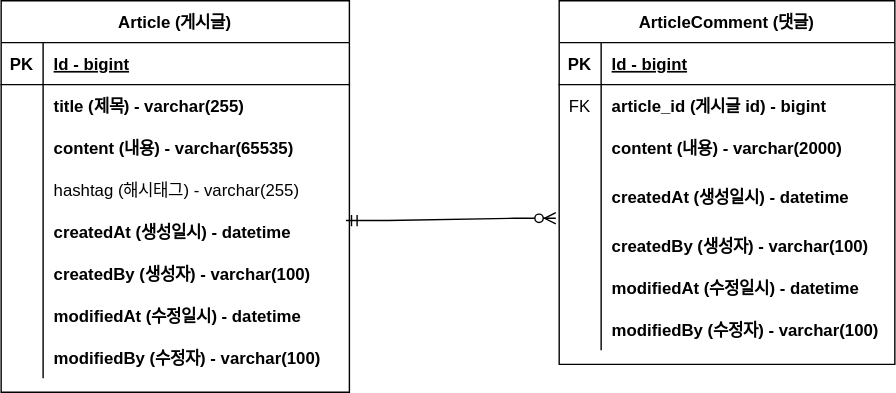
Earlier version of the draw.io export document/project-board-erd.svg (smallsnail-study/project-board). Source tidied: cells renumbered, new cells last; positions are measured from the earlier drawing's top-left corner, leaving out a move shared by most shapes.
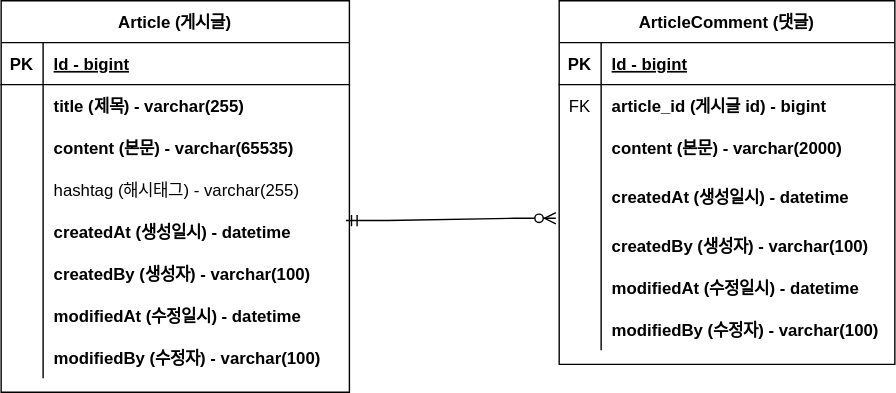
Later version of the same file.

Commit message:
#8 - ERD 주석 업데이트: project-board-erd.svg

Change to the diagram source:
```diff
@@ -2,11 +2,6 @@
   <root>
     <mxCell id="0" />
     <mxCell id="1" parent="0" />
-    <mxCell id="2" style="edgeStyle=entityRelationEdgeStyle;endArrow=ERzeroToMany;startArrow=ERone;endFill=1;startFill=0;" parent="1" edge="1" target="x">
-      <mxGeometry relative="1" as="geometry">
-        <mxPoint x="579" y="45" as="sourcePoint" />
-      </mxGeometry>
-    </mxCell>
     <mxCell id="3" value="Article (게시글)" style="shape=table;startSize=30;rowLines=0;fontStyle=1;align=center;" parent="1" vertex="1">
       <mxGeometry width="249" height="280" as="geometry" />
     </mxCell>
@@ -34,7 +29,7 @@
     <mxCell id="11" style="shape=partialRectangle;overflow=hidden;fillColor=none;top=0;left=0;bottom=0;right=0;" parent="10" vertex="1">
       <mxGeometry width="30" height="30" as="geometry" />
     </mxCell>
-    <mxCell id="12" value="content (내용) - varchar(65535)" style="shape=partialRectangle;overflow=hidden;fillColor=none;top=0;left=0;bottom=0;right=0;align=left;spacingLeft=6;fontStyle=1;" parent="10" vertex="1">
+    <mxCell id="12" value="content (본문) - varchar(65535)" style="shape=partialRectangle;overflow=hidden;fillColor=none;top=0;left=0;bottom=0;right=0;align=left;spacingLeft=6;fontStyle=1;" parent="10" vertex="1">
       <mxGeometry x="30" width="219" height="30" as="geometry" />
     </mxCell>
     <mxCell id="13" style="shape=partialRectangle;fillColor=none;top=0;left=0;right=0;bottom=0;" parent="3" vertex="1">
@@ -109,7 +104,7 @@
     <mxCell id="36" style="shape=partialRectangle;overflow=hidden;fillColor=none;top=0;left=0;bottom=0;right=0;" parent="35" vertex="1">
       <mxGeometry width="30" height="30" as="geometry" />
     </mxCell>
-    <mxCell id="37" value="content (내용) - varchar(2000)" style="shape=partialRectangle;overflow=hidden;fillColor=none;top=0;left=0;bottom=0;right=0;align=left;spacingLeft=6;fontStyle=1;" parent="35" vertex="1">
+    <mxCell id="37" value="content (본문) - varchar(2000)" style="shape=partialRectangle;overflow=hidden;fillColor=none;top=0;left=0;bottom=0;right=0;align=left;spacingLeft=6;fontStyle=1;" parent="35" vertex="1">
       <mxGeometry x="30" width="210" height="30" as="geometry" />
     </mxCell>
     <mxCell id="38" style="shape=partialRectangle;fillColor=none;top=0;left=0;right=0;bottom=0;" parent="28" vertex="1">
```
